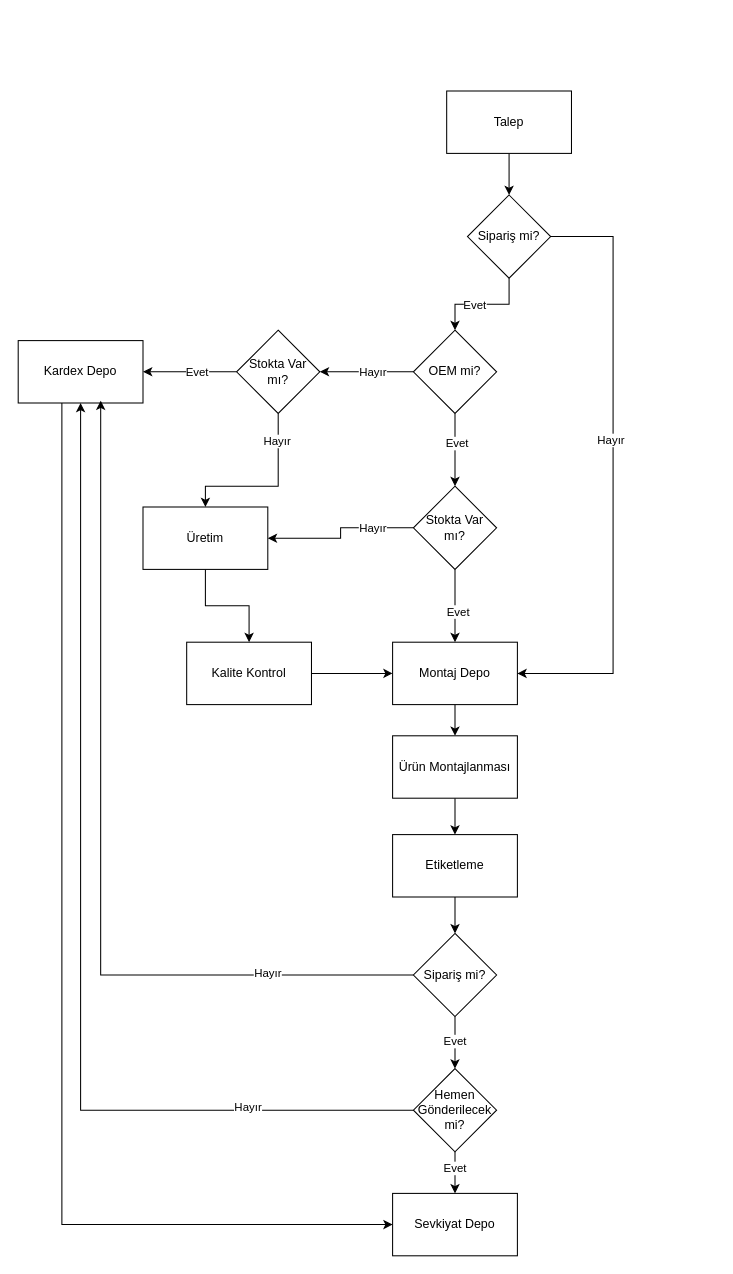
ahmetnihat/diagrams keeps this draw.io diagram as xmls/Depo Akış Şeması.drawio. Above is the earlier version. Source tidied: cells renumbered, new cells numbered last; positions are measured from the earlier drawing's top-left corner, leaving out a move shared by most shapes. Both pictures are drawn from the tidied source at 104%, with x=0, y=0 at pixel (18, 90).
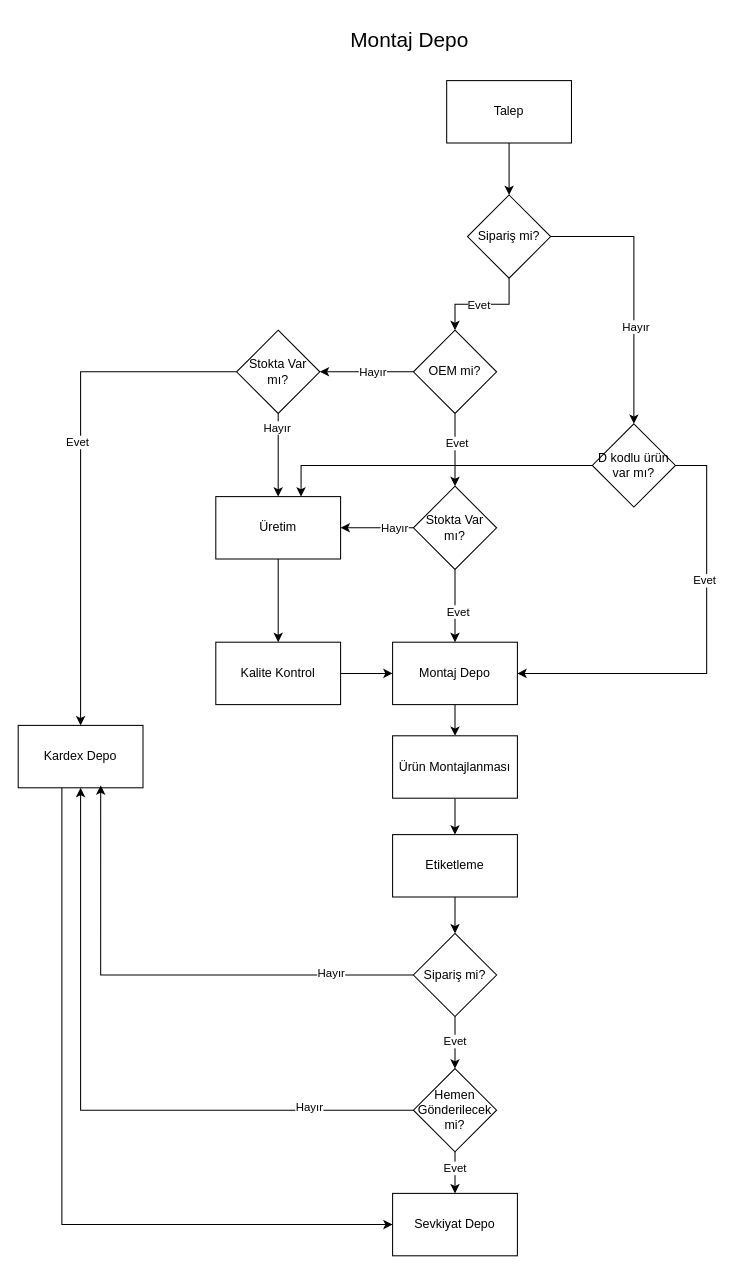
After the change.

The change refers to these unchanged cells:
```xml
<mxCell id="5" value="Montaj Depo" style="whiteSpace=wrap;html=1;" parent="1" vertex="1">
  <mxGeometry x="360" y="530" width="120" height="60" as="geometry" />
</mxCell>
<mxCell id="30" style="edgeStyle=orthogonalEdgeStyle;rounded=0;jettySize=auto;html=1;" parent="1" edge="1" source="34" target="15">
  <mxGeometry relative="1" as="geometry" />
</mxCell>
<mxCell id="34" value="Sipariş mi?" style="rhombus;whiteSpace=wrap;html=1;" parent="1" vertex="1">
  <mxGeometry x="432" y="100" width="80" height="80" as="geometry" />
</mxCell>
```

The edit, as a diff of the source:
```diff
@@
     <mxCell id="3" value="Kalite Kontrol" style="whiteSpace=wrap;html=1;" parent="1" vertex="1">
-      <mxGeometry x="162" y="530" width="120" height="60" as="geometry" />
+      <mxGeometry x="190" y="530" width="120" height="60" as="geometry" />
     </mxCell>
@@
     <mxCell id="17" value="Üretim" style="whiteSpace=wrap;html=1;" parent="1" vertex="1">
-      <mxGeometry x="120" y="400" width="120" height="60" as="geometry" />
+      <mxGeometry x="190" y="390" width="120" height="60" as="geometry" />
     </mxCell>
@@
     <mxCell id="19" value="Kardex Depo" style="whiteSpace=wrap;html=1;" parent="1" vertex="1">
-      <mxGeometry y="240" width="120" height="60" as="geometry" />
+      <mxGeometry y="610" width="120" height="60" as="geometry" />
     </mxCell>
@@
     <mxCell id="31" value="Evet" style="edgeLabel;html=1;align=center;verticalAlign=middle;" parent="30" vertex="1">
-      <mxGeometry x="0.15" relative="1" as="geometry" />
+      <mxGeometry x="0.15" relative="1" as="geometry">
+        <mxPoint x="4" as="offset" />
+      </mxGeometry>
     </mxCell>
-    <mxCell id="32" style="edgeStyle=orthogonalEdgeStyle;rounded=0;jettySize=auto;html=1;entryX=1;entryY=0.5;entryDx=0;entryDy=0;" parent="1" edge="1" source="34" target="5">
-      <mxGeometry relative="1" as="geometry">
-        <Array as="points">
-          <mxPoint x="572" y="140" />
-          <mxPoint x="572" y="560" />
-        </Array>
-      </mxGeometry>
-    </mxCell>
+    <mxCell id="47" style="edgeStyle=orthogonalEdgeStyle;rounded=0;jettySize=auto;html=1;" parent="1" edge="1" source="34" target="51">
+      <mxGeometry relative="1" as="geometry" />
+    </mxCell>
-    <mxCell id="33" value="Hayır" style="edgeLabel;html=1;align=center;verticalAlign=middle;" parent="32" vertex="1">
-      <mxGeometry x="-0.11" y="-3" relative="1" as="geometry" />
+    <mxCell id="33" value="Hayır" style="edgeLabel;html=1;align=center;verticalAlign=middle;" parent="47" vertex="1">
+      <mxGeometry x="0.28" y="1" relative="1" as="geometry" />
     </mxCell>
@@
     <mxCell id="36" value="Talep" style="whiteSpace=wrap;html=1;" parent="1" vertex="1">
-      <mxGeometry x="412" width="120" height="60" as="geometry" />
+      <mxGeometry x="412" y="-10" width="120" height="60" as="geometry" />
     </mxCell>
@@
+    <mxCell id="48" value="Montaj Depo" style="text;html=1;align=center;verticalAlign=middle;strokeColor=none;fillColor=none;fontSize=20;" parent="1" vertex="1">
+      <mxGeometry x="306" y="-70" width="140" height="40" as="geometry" />
+    </mxCell>
+    <mxCell id="49" style="edgeStyle=orthogonalEdgeStyle;rounded=0;jettySize=auto;html=1;entryX=1;entryY=0.5;entryDx=0;entryDy=0;" parent="1" edge="1" source="51" target="5">
+      <mxGeometry relative="1" as="geometry">
+        <Array as="points">
+          <mxPoint x="662" y="560" />
+        </Array>
+      </mxGeometry>
+    </mxCell>
+    <mxCell id="50" value="Evet" style="edgeLabel;html=1;align=center;verticalAlign=middle;" parent="49" vertex="1">
+      <mxGeometry x="-0.32" y="-3" relative="1" as="geometry" />
+    </mxCell>
+    <mxCell id="51" value="D kodlu ürün var mı?" style="rhombus;whiteSpace=wrap;html=1;" parent="1" vertex="1">
+      <mxGeometry x="552" y="320" width="80" height="80" as="geometry" />
+    </mxCell>
+    <mxCell id="52" style="edgeStyle=orthogonalEdgeStyle;rounded=0;jettySize=auto;html=1;entryX=0.683;entryY=0;entryDx=0;entryDy=0;entryPerimeter=0;" parent="1" edge="1" source="51" target="17">
+      <mxGeometry relative="1" as="geometry" />
+    </mxCell>
```
